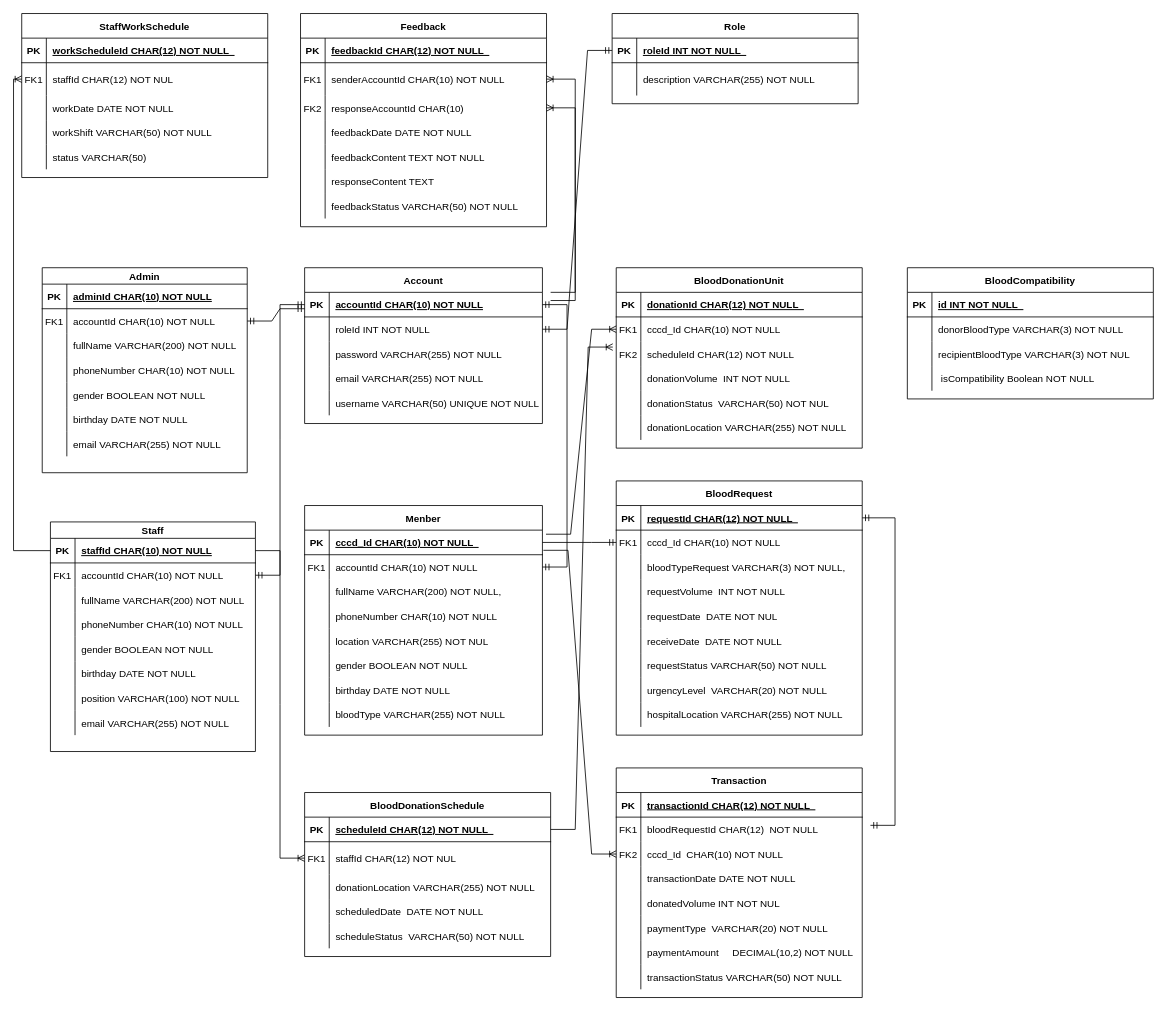
The draw.io diagram ERD.drawio in ThanhDucP/SU25_SWP391, before the edit. Source tidied: cells renumbered, new cells numbered last; positions are measured from the earlier drawing's top-left corner, leaving out a move shared by most shapes. Both pictures are drawn from the tidied source at 82%, with x=0, y=0 at pixel (21, 13).
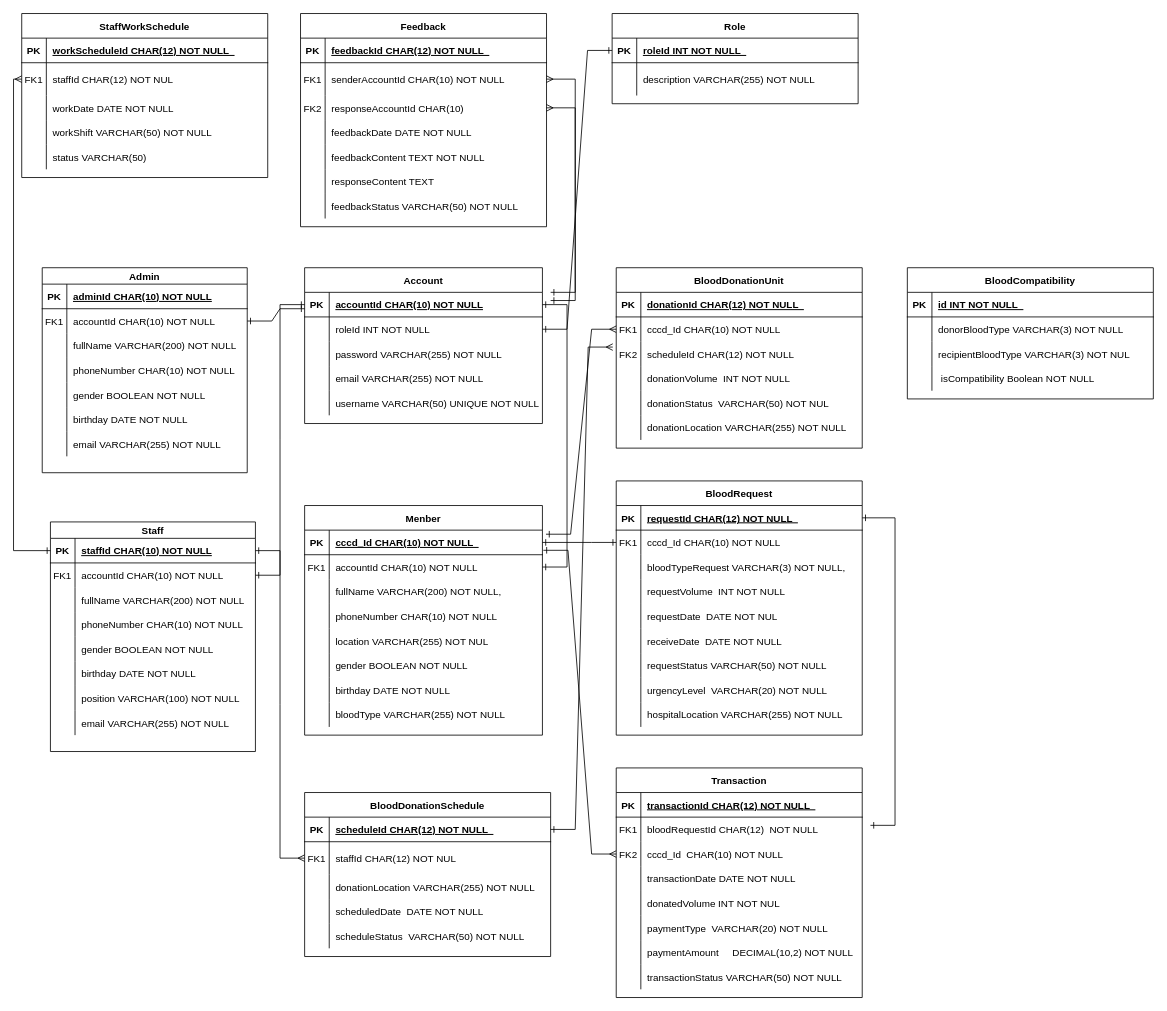
After the change.

Commit message:
Cập nhật ERD.drawio

Unchanged cells that the change refers to:
```xml
<mxCell id="3" style="shape=partialRectangle;fillColor=none;points=[[0,0.5],[1,0.5]];portConstraint=eastwest;top=0;left=0;right=0;bottom=1;" parent="2" vertex="1">
  <mxGeometry y="30" width="290" height="30" as="geometry" />
</mxCell>
<mxCell id="6" style="shape=partialRectangle;fillColor=none;points=[[0,0.5],[1,0.5]];portConstraint=eastwest;top=0;left=0;right=0;bottom=0;" parent="2" vertex="1">
  <mxGeometry y="60" width="290" height="30" as="geometry" />
</mxCell>
<mxCell id="28" style="shape=partialRectangle;fillColor=none;points=[[0,0.5],[1,0.5]];portConstraint=eastwest;top=0;left=0;right=0;bottom=1;" parent="27" vertex="1">
  <mxGeometry y="20" width="250" height="30" as="geometry" />
</mxCell>
<mxCell id="31" style="shape=partialRectangle;fillColor=none;points=[[0,0.5],[1,0.5]];portConstraint=eastwest;top=0;left=0;right=0;bottom=0;" parent="27" vertex="1">
  <mxGeometry y="50" width="250" height="30" as="geometry" />
</mxCell>
<mxCell id="53" style="shape=partialRectangle;fillColor=none;points=[[0,0.5],[1,0.5]];portConstraint=eastwest;top=0;left=0;right=0;bottom=1;" parent="52" vertex="1">
  <mxGeometry y="30" width="290" height="30" as="geometry" />
</mxCell>
<mxCell id="56" style="shape=partialRectangle;fillColor=none;points=[[0,0.5],[1,0.5]];portConstraint=eastwest;top=0;left=0;right=0;bottom=0;" parent="52" vertex="1">
  <mxGeometry y="60" width="290" height="30" as="geometry" />
</mxCell>
<mxCell id="72" style="shape=partialRectangle;fillColor=none;points=[[0,0.5],[1,0.5]];portConstraint=eastwest;top=0;left=0;right=0;bottom=0;" parent="68" vertex="1">
  <mxGeometry y="50" width="250" height="30" as="geometry" />
</mxCell>
<mxCell id="94" style="shape=partialRectangle;fillColor=none;points=[[0,0.5],[1,0.5]];portConstraint=eastwest;top=0;left=0;right=0;bottom=0;" parent="90" vertex="1">
  <mxGeometry y="60" width="300" height="30" as="geometry" />
</mxCell>
<mxCell id="97" style="shape=partialRectangle;fillColor=none;points=[[0,0.5],[1,0.5]];portConstraint=eastwest;top=0;left=0;right=0;bottom=0;" parent="90" vertex="1">
  <mxGeometry y="90" width="300" height="30" as="geometry" />
</mxCell>
<mxCell id="110" style="shape=partialRectangle;fillColor=none;points=[[0,0.5],[1,0.5]];portConstraint=eastwest;top=0;left=0;right=0;bottom=1;" parent="109" vertex="1">
  <mxGeometry y="30" width="300" height="30" as="geometry" />
</mxCell>
<mxCell id="113" style="shape=partialRectangle;fillColor=none;points=[[0,0.5],[1,0.5]];portConstraint=eastwest;top=0;left=0;right=0;bottom=0;" parent="109" vertex="1">
  <mxGeometry y="60" width="300" height="30" as="geometry" />
</mxCell>
<mxCell id="144" style="shape=partialRectangle;fillColor=none;points=[[0,0.5],[1,0.5]];portConstraint=eastwest;top=0;left=0;right=0;bottom=0;" parent="137" vertex="1">
  <mxGeometry y="90" width="300" height="30" as="geometry" />
</mxCell>
<mxCell id="163" style="shape=partialRectangle;fillColor=none;points=[[0,0.5],[1,0.5]];portConstraint=eastwest;top=0;left=0;right=0;bottom=1;" parent="162" vertex="1">
  <mxGeometry y="30" width="300" height="30" as="geometry" />
</mxCell>
<mxCell id="166" style="shape=partialRectangle;fillColor=none;points=[[0,0.5],[1,0.5]];portConstraint=eastwest;top=0;left=0;right=0;bottom=0;" parent="162" vertex="1">
  <mxGeometry y="60" width="300" height="40" as="geometry" />
</mxCell>
<mxCell id="186" style="shape=partialRectangle;fillColor=none;points=[[0,0.5],[1,0.5]];portConstraint=eastwest;top=0;left=0;right=0;bottom=0;" parent="182" vertex="1">
  <mxGeometry y="60" width="300" height="40" as="geometry" />
</mxCell>
<mxCell id="202" style="shape=partialRectangle;fillColor=none;points=[[0,0.5],[1,0.5]];portConstraint=eastwest;top=0;left=0;right=0;bottom=0;" parent="198" vertex="1">
  <mxGeometry y="60" width="300" height="40" as="geometry" />
</mxCell>
<mxCell id="205" style="shape=partialRectangle;fillColor=none;points=[[0,0.5],[1,0.5]];portConstraint=eastwest;top=0;left=0;right=0;bottom=0;" parent="198" vertex="1">
  <mxGeometry y="100" width="300" height="30" as="geometry" />
</mxCell>
<mxCell id="229" style="shape=partialRectangle;fillColor=none;points=[[0,0.5],[1,0.5]];portConstraint=eastwest;top=0;left=0;right=0;bottom=1;" parent="228" vertex="1">
  <mxGeometry y="30" width="300" height="30" as="geometry" />
</mxCell>
```

What changed in the source:
```diff
@@
-    <mxCell id="178" style="edgeStyle=entityRelationEdgeStyle;fontSize=12;html=1;endArrow=ERmandOne;startArrow=ERmandOne;rounded=0;exitX=1;exitY=0.5;exitDx=0;exitDy=0;" parent="1" edge="1" source="72">
+    <mxCell id="178" style="edgeStyle=entityRelationEdgeStyle;fontSize=12;html=1;endArrow=ERone;startArrow=ERone;rounded=0;exitX=1;exitY=0.5;exitDx=0;exitDy=0;startFill=0;endFill=0;" parent="1" edge="1" source="72">
       <mxGeometry relative="1" as="geometry">
         <mxPoint x="345" y="360" as="targetPoint" />
       </mxGeometry>
     </mxCell>
-    <mxCell id="179" style="edgeStyle=entityRelationEdgeStyle;fontSize=12;html=1;endArrow=ERmandOne;startArrow=ERmandOne;rounded=0;exitX=1;exitY=0.5;exitDx=0;exitDy=0;entryX=1;entryY=0.5;entryDx=0;entryDy=0;" parent="1" edge="1" source="6" target="53">
+    <mxCell id="179" style="edgeStyle=entityRelationEdgeStyle;fontSize=12;html=1;endArrow=ERone;startArrow=ERone;rounded=0;exitX=1;exitY=0.5;exitDx=0;exitDy=0;entryX=1;entryY=0.5;entryDx=0;entryDy=0;startFill=0;endFill=0;" parent="1" edge="1" source="6" target="53">
       <mxGeometry relative="1" as="geometry">
         <Array as="points">
           <mxPoint x="675" y="675" />
           <mxPoint x="685" y="510" />
           <mxPoint x="685" y="360" />
         </Array>
       </mxGeometry>
     </mxCell>
-    <mxCell id="180" style="edgeStyle=entityRelationEdgeStyle;fontSize=12;html=1;endArrow=ERmandOne;rounded=0;entryX=0;entryY=0.5;entryDx=0;entryDy=0;" parent="1" edge="1" source="3" target="113">
+    <mxCell id="180" style="edgeStyle=entityRelationEdgeStyle;fontSize=12;html=1;endArrow=ERone;rounded=0;entryX=0;entryY=0.5;entryDx=0;entryDy=0;startArrow=ERone;startFill=0;endFill=0;" parent="1" edge="1" source="3" target="113">
       <mxGeometry relative="1" as="geometry">
         <Array as="points">
           <mxPoint x="685" y="645" />
           <mxPoint x="695" y="510" />
           <mxPoint x="695" y="510" />
         </Array>
       </mxGeometry>
     </mxCell>
-    <mxCell id="181" style="edgeStyle=entityRelationEdgeStyle;fontSize=12;html=1;endArrow=ERmandOne;startArrow=ERmandOne;rounded=0;entryX=1;entryY=0.5;entryDx=0;entryDy=0;" parent="1" edge="1" target="110">
+    <mxCell id="181" style="edgeStyle=entityRelationEdgeStyle;fontSize=12;html=1;endArrow=ERone;startArrow=ERone;rounded=0;entryX=1;entryY=0.5;entryDx=0;entryDy=0;startFill=0;endFill=0;" parent="1" edge="1" target="110">
       <mxGeometry relative="1" as="geometry">
         <mxPoint x="1035" y="990" as="sourcePoint" />
         <Array as="points">
           <mxPoint x="1045" y="990" />
           <mxPoint x="1055" y="990" />
           <mxPoint x="1045" y="1000" />
           <mxPoint x="665" y="940" />
           <mxPoint x="695" y="850" />
           <mxPoint x="695" y="900" />
         </Array>
       </mxGeometry>
     </mxCell>
@@
-    <mxCell id="220" style="edgeStyle=entityRelationEdgeStyle;fontSize=12;html=1;endArrow=ERoneToMany;rounded=0;exitX=1;exitY=0.5;exitDx=0;exitDy=0;entryX=0;entryY=0.5;entryDx=0;entryDy=0;" parent="1" edge="1" source="28" target="166">
+    <mxCell id="220" style="edgeStyle=entityRelationEdgeStyle;fontSize=12;html=1;endArrow=ERmany;rounded=0;exitX=1;exitY=0.5;exitDx=0;exitDy=0;entryX=0;entryY=0.5;entryDx=0;entryDy=0;startArrow=ERone;startFill=0;endFill=0;" parent="1" edge="1" source="28" target="166">
       <mxGeometry relative="1" as="geometry" />
     </mxCell>
-    <mxCell id="221" style="edgeStyle=entityRelationEdgeStyle;fontSize=12;html=1;endArrow=ERmandOne;startArrow=ERmandOne;rounded=0;exitX=1;exitY=0.5;exitDx=0;exitDy=0;entryX=0;entryY=0.5;entryDx=0;entryDy=0;" parent="1" edge="1" source="31" target="53">
+    <mxCell id="221" style="edgeStyle=entityRelationEdgeStyle;fontSize=12;html=1;endArrow=ERone;startArrow=ERone;rounded=0;exitX=1;exitY=0.5;exitDx=0;exitDy=0;entryX=0;entryY=0.5;entryDx=0;entryDy=0;startFill=0;endFill=0;" parent="1" edge="1" source="31" target="53">
       <mxGeometry relative="1" as="geometry" />
     </mxCell>
-    <mxCell id="222" style="edgeStyle=entityRelationEdgeStyle;fontSize=12;html=1;endArrow=ERoneToMany;rounded=0;entryX=0;entryY=0.5;entryDx=0;entryDy=0;exitX=1.015;exitY=0.166;exitDx=0;exitDy=0;exitPerimeter=0;" parent="1" edge="1" source="3" target="94">
+    <mxCell id="222" style="edgeStyle=entityRelationEdgeStyle;fontSize=12;html=1;endArrow=ERmany;rounded=0;entryX=0;entryY=0.5;entryDx=0;entryDy=0;exitX=1.015;exitY=0.166;exitDx=0;exitDy=0;exitPerimeter=0;startArrow=ERone;startFill=0;endFill=0;" parent="1" edge="1" source="3" target="94">
       <mxGeometry relative="1" as="geometry" />
     </mxCell>
-    <mxCell id="223" style="edgeStyle=entityRelationEdgeStyle;fontSize=12;html=1;endArrow=ERoneToMany;rounded=0;exitX=1.004;exitY=0.82;exitDx=0;exitDy=0;exitPerimeter=0;entryX=0;entryY=0.5;entryDx=0;entryDy=0;" parent="1" edge="1" source="3" target="144">
+    <mxCell id="223" style="edgeStyle=entityRelationEdgeStyle;fontSize=12;html=1;endArrow=ERmany;rounded=0;exitX=1.004;exitY=0.82;exitDx=0;exitDy=0;exitPerimeter=0;entryX=0;entryY=0.5;entryDx=0;entryDy=0;endFill=0;startArrow=ERone;startFill=0;" parent="1" edge="1" source="3" target="144">
       <mxGeometry relative="1" as="geometry" />
     </mxCell>
-    <mxCell id="224" style="edgeStyle=entityRelationEdgeStyle;fontSize=12;html=1;endArrow=ERoneToMany;rounded=0;exitX=1;exitY=0.5;exitDx=0;exitDy=0;entryX=-0.014;entryY=0.225;entryDx=0;entryDy=0;entryPerimeter=0;" parent="1" edge="1" source="163" target="97">
+    <mxCell id="224" style="edgeStyle=entityRelationEdgeStyle;fontSize=12;html=1;endArrow=ERmany;rounded=0;exitX=1;exitY=0.5;exitDx=0;exitDy=0;entryX=-0.014;entryY=0.225;entryDx=0;entryDy=0;entryPerimeter=0;startArrow=ERone;startFill=0;endFill=0;" parent="1" edge="1" source="163" target="97">
       <mxGeometry relative="1" as="geometry" />
     </mxCell>
-    <mxCell id="225" style="edgeStyle=entityRelationEdgeStyle;fontSize=12;html=1;endArrow=ERoneToMany;rounded=0;entryX=1;entryY=0.5;entryDx=0;entryDy=0;" parent="1" edge="1" target="202">
+    <mxCell id="225" style="edgeStyle=entityRelationEdgeStyle;fontSize=12;html=1;endArrow=ERmany;rounded=0;entryX=1;entryY=0.5;entryDx=0;entryDy=0;startArrow=ERone;startFill=0;endFill=0;" parent="1" edge="1" target="202">
       <mxGeometry relative="1" as="geometry">
         <mxPoint x="645" y="350" as="sourcePoint" />
         <Array as="points">
           <mxPoint x="685" y="300" />
         </Array>
       </mxGeometry>
     </mxCell>
-    <mxCell id="226" style="edgeStyle=entityRelationEdgeStyle;fontSize=12;html=1;endArrow=ERoneToMany;rounded=0;entryX=1;entryY=0.5;entryDx=0;entryDy=0;" parent="1" edge="1" target="205">
+    <mxCell id="226" style="edgeStyle=entityRelationEdgeStyle;fontSize=12;html=1;endArrow=ERmany;rounded=0;entryX=1;entryY=0.5;entryDx=0;entryDy=0;startArrow=ERone;startFill=0;endFill=0;" parent="1" edge="1" target="205">
       <mxGeometry relative="1" as="geometry">
         <mxPoint x="645" y="340" as="sourcePoint" />
         <Array as="points">
           <mxPoint x="855" y="50" />
         </Array>
       </mxGeometry>
     </mxCell>
-    <mxCell id="227" style="edgeStyle=orthogonalEdgeStyle;fontSize=12;html=1;endArrow=ERoneToMany;rounded=0;exitX=0;exitY=0.5;exitDx=0;exitDy=0;entryX=0;entryY=0.5;entryDx=0;entryDy=0;" parent="1" edge="1" source="28" target="186">
+    <mxCell id="227" style="edgeStyle=orthogonalEdgeStyle;fontSize=12;html=1;endArrow=ERmany;rounded=0;exitX=0;exitY=0.5;exitDx=0;exitDy=0;entryX=0;entryY=0.5;entryDx=0;entryDy=0;endFill=0;startArrow=ERone;startFill=0;" parent="1" edge="1" source="28" target="186">
       <mxGeometry relative="1" as="geometry" />
     </mxCell>
@@
-    <mxCell id="235" style="edgeStyle=entityRelationEdgeStyle;fontSize=12;html=1;endArrow=ERmandOne;startArrow=ERmandOne;rounded=0;entryX=0;entryY=0.5;entryDx=0;entryDy=0;exitX=1;exitY=0.5;exitDx=0;exitDy=0;" parent="1" edge="1" source="56" target="229">
+    <mxCell id="235" style="edgeStyle=entityRelationEdgeStyle;fontSize=12;html=1;endArrow=ERone;startArrow=ERone;rounded=0;entryX=0;entryY=0.5;entryDx=0;entryDy=0;exitX=1;exitY=0.5;exitDx=0;exitDy=0;startFill=0;endFill=0;" parent="1" edge="1" source="56" target="229">
       <mxGeometry relative="1" as="geometry" />
     </mxCell>
```
